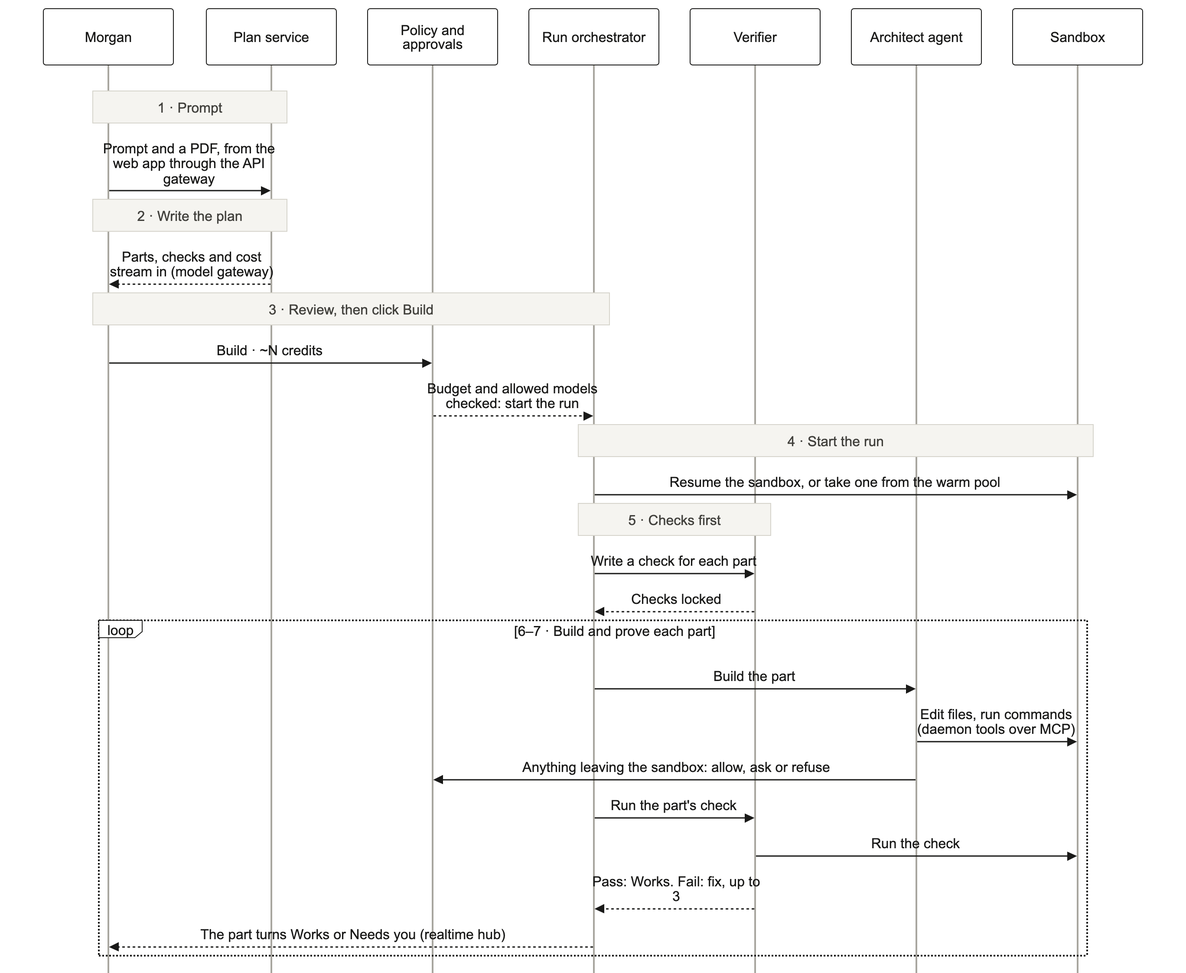
netanyaj/architect-2 keeps this Mermaid diagram as docs/product/diagrams/A2-prompt-to-live.png. Above is the earlier version. Its source is kept beside it as docs/product/diagrams/src/A2-prompt-to-live.mmd.
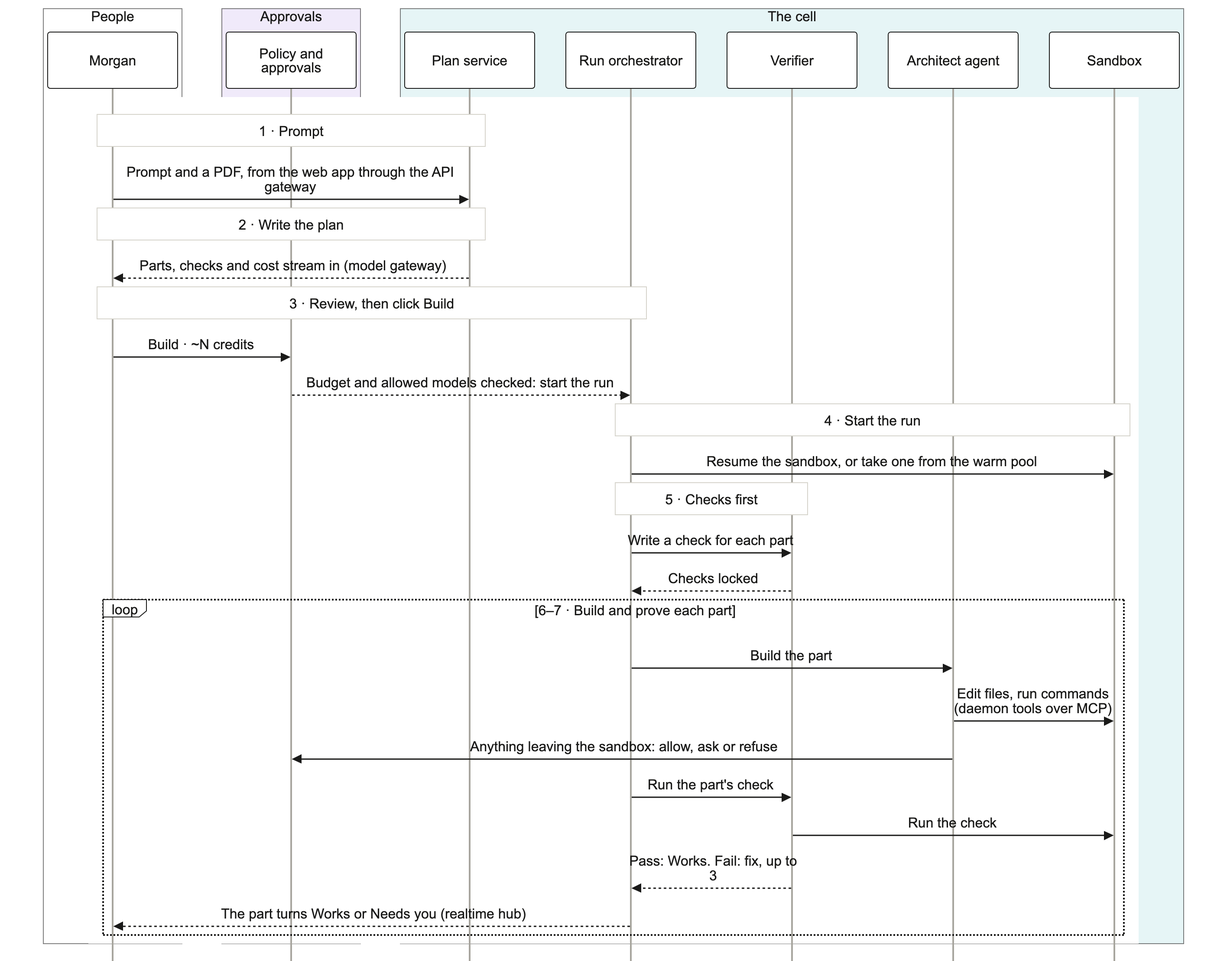
After the change.

The edit, as a diff of the source:
```diff
@@ -1,12 +1,18 @@
-%%{init: {"theme":"base","themeVariables":{"fontFamily":"Arial","fontSize":"15px","primaryColor":"#FFFFFF","primaryBorderColor":"#1A1A19","primaryTextColor":"#1A1A19","lineColor":"#1A1A19","secondaryColor":"#FFFFFF","tertiaryColor":"#FFFFFF","clusterBkg":"#F5F4F0","clusterBorder":"#D6D4CC","edgeLabelBackground":"#FFFFFF","actorBkg":"#FFFFFF","actorBorder":"#1A1A19","actorTextColor":"#1A1A19","actorLineColor":"#A8A69F","signalColor":"#1A1A19","signalTextColor":"#1A1A19","noteBkgColor":"#F5F4F0","noteBorderColor":"#D6D4CC","noteTextColor":"#42413D","labelBoxBkgColor":"#FFFFFF","labelBoxBorderColor":"#1A1A19","labelTextColor":"#1A1A19","loopTextColor":"#1A1A19","activationBkgColor":"#F5F4F0","activationBorderColor":"#1A1A19","sequenceNumberColor":"#FFFFFF"},"sequence":{"mirrorActors":false,"actorMargin":36,"wrap":true,"width":150}}}%%
+%%{init: {"theme":"base","themeVariables":{"fontFamily":"Arial","fontSize":"15px","primaryColor":"#FFFFFF","primaryBorderColor":"#1A1A19","primaryTextColor":"#1A1A19","lineColor":"#1A1A19","secondaryColor":"#FFFFFF","tertiaryColor":"#FFFFFF","clusterBkg":"#FFFFFF","clusterBorder":"#D6D4CC","edgeLabelBackground":"#FFFFFF","actorBkg":"#FFFFFF","actorBorder":"#1A1A19","actorTextColor":"#1A1A19","actorLineColor":"#A8A69F","signalColor":"#1A1A19","signalTextColor":"#1A1A19","noteBkgColor":"#FFFFFF","noteBorderColor":"#D6D4CC","noteTextColor":"#1A1A19","labelBoxBkgColor":"#FFFFFF","labelBoxBorderColor":"#1A1A19","labelTextColor":"#1A1A19","loopTextColor":"#1A1A19","activationBkgColor":"#F5F4F0","activationBorderColor":"#1A1A19","sequenceNumberColor":"#FFFFFF","textColor":"#1A1A19","titleColor":"#1A1A19","nodeTextColor":"#1A1A19"},"sequence":{"mirrorActors":false,"actorMargin":36,"wrap":true,"width":150}}}%%
 sequenceDiagram
-  participant M as Morgan
-  participant PL as Plan service
-  participant PA as Policy and approvals
-  participant OR as Run orchestrator
-  participant V as Verifier
-  participant AA as Architect agent
-  participant SB as Sandbox
+  box rgb(255, 255, 255) People
+    participant M as Morgan
+  end
+  box rgb(240, 234, 250) Approvals
+    participant PA as Policy and approvals
+  end
+  box rgb(230, 245, 246) The cell
+    participant PL as Plan service
+    participant OR as Run orchestrator
+    participant V as Verifier
+    participant AA as Architect agent
+    participant SB as Sandbox
+  end
   rect rgb(255, 255, 255)
     Note over M,PL: 1 · Prompt
     M->>PL: Prompt and a PDF, from the web app through the API gateway
```
